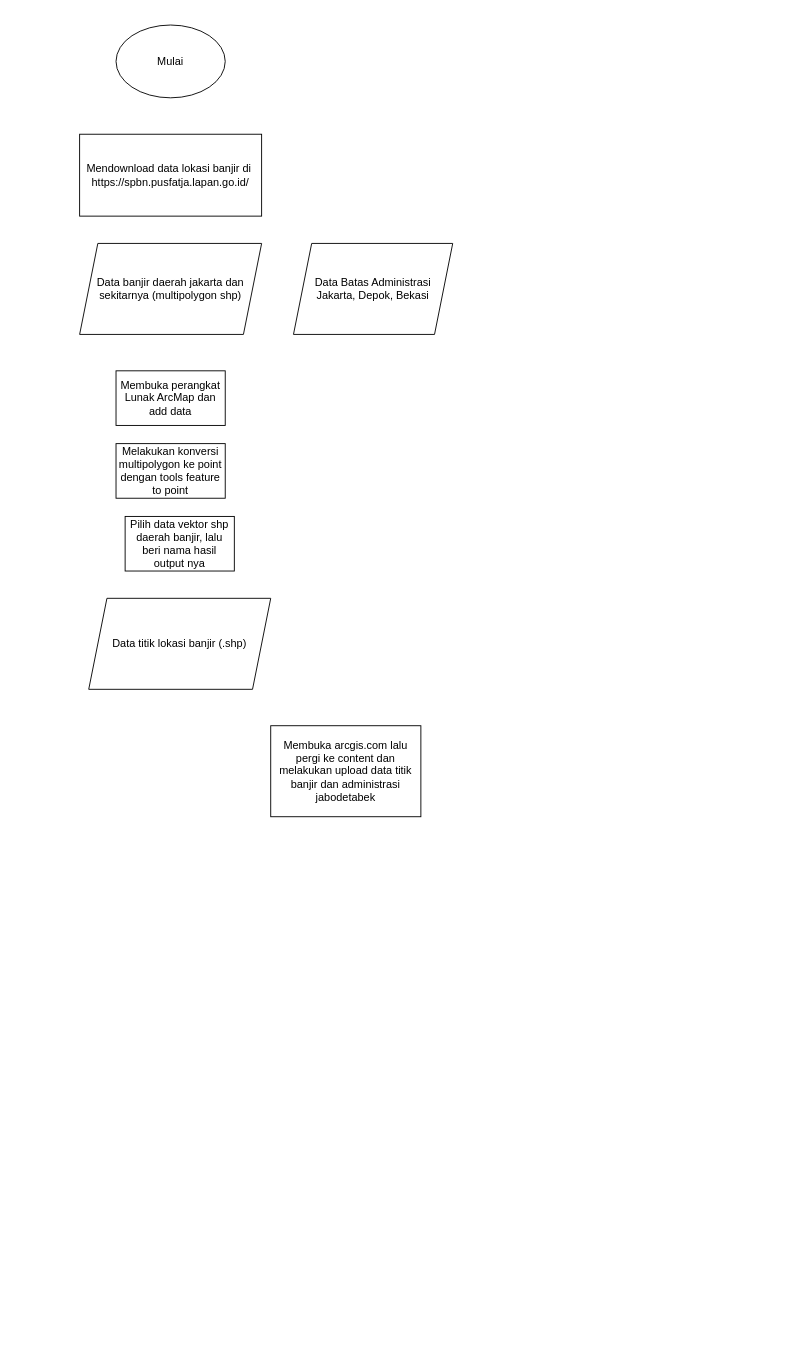
This is Untitled Diagram.drawio from dhanyyudi/filediagramalir, a draw.io file, before an edit. Source tidied: cells renumbered, new cells numbered last; positions are measured from the earlier drawing's top-left corner, leaving out a move shared by most shapes. Both pictures are drawn from the tidied source at 91%, with x=0, y=0 at pixel (79, 25).
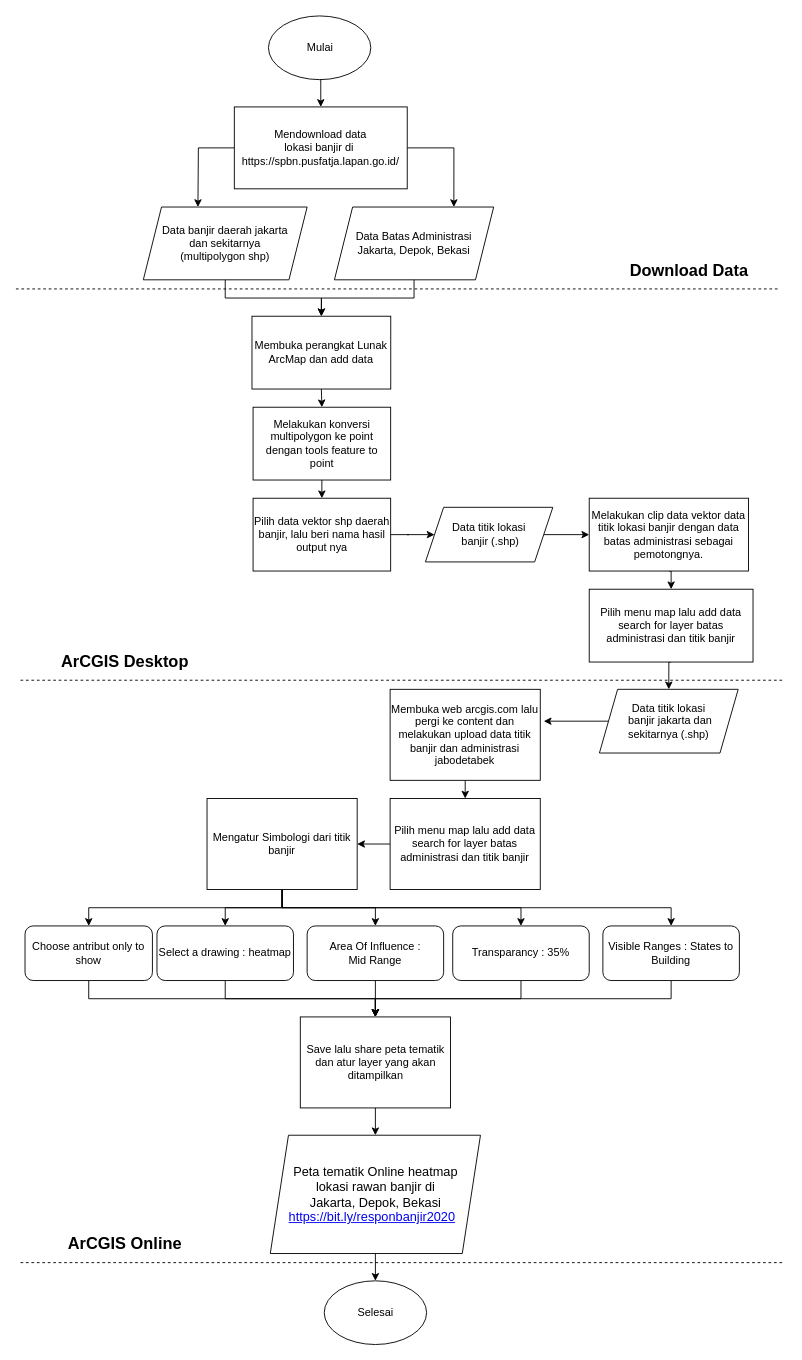
Above is the later version.

The edit, as a diff of the source:
```diff
@@
+    <mxCell id="11" style="edgeStyle=orthogonalEdgeStyle;rounded=0;jettySize=auto;html=1;exitX=1;exitY=0.5;exitDx=0;exitDy=0;entryX=0.75;entryY=0;entryDx=0;entryDy=0;" parent="1" edge="1" source="2" target="10">
+      <mxGeometry relative="1" as="geometry" />
+    </mxCell>
+    <mxCell id="12" style="edgeStyle=orthogonalEdgeStyle;rounded=0;jettySize=auto;html=1;exitX=0;exitY=0.5;exitDx=0;exitDy=0;" parent="1" edge="1" source="2">
+      <mxGeometry relative="1" as="geometry">
+        <mxPoint x="130" y="200" as="targetPoint" />
+      </mxGeometry>
+    </mxCell>
-    <mxCell id="2" value="Mendownload data lokasi banjir di&amp;nbsp;&lt;br&gt;https://spbn.pusfatja.lapan.go.id/" style="rounded=0;whiteSpace=wrap;html=1;" parent="1" vertex="1">
-      <mxGeometry y="120" width="200" height="90" as="geometry" />
+    <mxCell id="2" value="Mendownload data &lt;br&gt;lokasi banjir di&amp;nbsp;&lt;br&gt;https://spbn.pusfatja.lapan.go.id/" style="rounded=0;whiteSpace=wrap;html=1;" parent="1" vertex="1">
+      <mxGeometry x="170" y="90" width="190" height="90" as="geometry" />
     </mxCell>
+    <mxCell id="13" style="edgeStyle=orthogonalEdgeStyle;rounded=0;jettySize=auto;html=1;exitX=0.5;exitY=1;exitDx=0;exitDy=0;entryX=0.5;entryY=0;entryDx=0;entryDy=0;" parent="1" edge="1" source="3" target="2">
+      <mxGeometry relative="1" as="geometry" />
+    </mxCell>
     <mxCell id="3" value="Mulai" style="ellipse;whiteSpace=wrap;html=1;" parent="1" vertex="1">
-      <mxGeometry x="40" width="120" height="80" as="geometry" />
+      <mxGeometry x="207.5" y="-10" width="112.5" height="70" as="geometry" />
     </mxCell>
+    <mxCell id="14" style="edgeStyle=orthogonalEdgeStyle;rounded=0;jettySize=auto;html=1;exitX=0.5;exitY=1;exitDx=0;exitDy=0;entryX=0.5;entryY=0;entryDx=0;entryDy=0;" parent="1" edge="1" source="4" target="5">
+      <mxGeometry relative="1" as="geometry" />
+    </mxCell>
-    <mxCell id="4" value="Data banjir daerah jakarta dan sekitarnya (multipolygon shp)" style="shape=parallelogram;perimeter=parallelogramPerimeter;whiteSpace=wrap;html=1;fixedSize=1;" parent="1" vertex="1">
-      <mxGeometry y="240" width="200" height="100" as="geometry" />
+    <mxCell id="4" value="Data banjir daerah jakarta &lt;br&gt;dan sekitarnya &lt;br&gt;(multipolygon shp)" style="shape=parallelogram;perimeter=parallelogramPerimeter;whiteSpace=wrap;html=1;fixedSize=1;" parent="1" vertex="1">
+      <mxGeometry x="70" y="200" width="180" height="80" as="geometry" />
     </mxCell>
+    <mxCell id="15" style="edgeStyle=orthogonalEdgeStyle;rounded=0;jettySize=auto;html=1;exitX=0.5;exitY=1;exitDx=0;exitDy=0;entryX=0.5;entryY=0;entryDx=0;entryDy=0;" parent="1" edge="1" source="5" target="6">
+      <mxGeometry relative="1" as="geometry" />
+    </mxCell>
     <mxCell id="5" value="Membuka perangkat Lunak ArcMap dan add data" style="rounded=0;whiteSpace=wrap;html=1;" parent="1" vertex="1">
-      <mxGeometry x="40" y="380" width="120" height="60" as="geometry" />
+      <mxGeometry x="189.4" y="320" width="152.5" height="80" as="geometry" />
     </mxCell>
+    <mxCell id="16" style="edgeStyle=orthogonalEdgeStyle;rounded=0;jettySize=auto;html=1;exitX=0.5;exitY=1;exitDx=0;exitDy=0;entryX=0.5;entryY=0;entryDx=0;entryDy=0;" parent="1" edge="1" source="6" target="7">
+      <mxGeometry relative="1" as="geometry" />
+    </mxCell>
     <mxCell id="6" value="Melakukan konversi multipolygon ke point dengan tools feature to point" style="rounded=0;whiteSpace=wrap;html=1;" parent="1" vertex="1">
-      <mxGeometry x="40" y="460" width="120" height="60" as="geometry" />
+      <mxGeometry x="190.6" y="420" width="151.2" height="80" as="geometry" />
     </mxCell>
+    <mxCell id="17" style="edgeStyle=orthogonalEdgeStyle;rounded=0;jettySize=auto;html=1;exitX=1;exitY=0.5;exitDx=0;exitDy=0;" parent="1" edge="1" source="7" target="9">
+      <mxGeometry relative="1" as="geometry" />
+    </mxCell>
     <mxCell id="7" value="Pilih data vektor shp daerah banjir, lalu beri nama hasil output nya" style="rounded=0;whiteSpace=wrap;html=1;" parent="1" vertex="1">
-      <mxGeometry x="50" y="540" width="120" height="60" as="geometry" />
+      <mxGeometry x="190.6" y="520" width="151.2" height="80" as="geometry" />
     </mxCell>
+    <mxCell id="18" style="edgeStyle=orthogonalEdgeStyle;rounded=0;jettySize=auto;html=1;exitX=0.5;exitY=1;exitDx=0;exitDy=0;entryX=0.5;entryY=0;entryDx=0;entryDy=0;" parent="1" edge="1" source="8" target="26">
+      <mxGeometry relative="1" as="geometry" />
+    </mxCell>
-    <mxCell id="8" value="Membuka arcgis.com lalu pergi ke content dan melakukan upload data titik banjir dan administrasi jabodetabek" style="rounded=0;whiteSpace=wrap;html=1;" parent="1" vertex="1">
-      <mxGeometry x="210" y="770" width="165" height="100" as="geometry" />
+    <mxCell id="8" value="Membuka web arcgis.com lalu pergi ke content dan melakukan upload data titik banjir dan administrasi jabodetabek" style="rounded=0;whiteSpace=wrap;html=1;" parent="1" vertex="1">
+      <mxGeometry x="341.2" y="730" width="165" height="100" as="geometry" />
     </mxCell>
+    <mxCell id="19" style="edgeStyle=orthogonalEdgeStyle;rounded=0;jettySize=auto;html=1;exitX=1;exitY=0.5;exitDx=0;exitDy=0;entryX=0;entryY=0.5;entryDx=0;entryDy=0;" parent="1" edge="1" source="9" target="22">
+      <mxGeometry relative="1" as="geometry" />
+    </mxCell>
-    <mxCell id="9" value="Data titik lokasi banjir (.shp)" style="shape=parallelogram;perimeter=parallelogramPerimeter;whiteSpace=wrap;html=1;fixedSize=1;" parent="1" vertex="1">
-      <mxGeometry x="10" y="630" width="200" height="100" as="geometry" />
+    <mxCell id="9" value="Data titik lokasi&lt;br&gt;&amp;nbsp;banjir (.shp)" style="shape=parallelogram;perimeter=parallelogramPerimeter;whiteSpace=wrap;html=1;fixedSize=1;" parent="1" vertex="1">
+      <mxGeometry x="380" y="530" width="140" height="60" as="geometry" />
     </mxCell>
+    <mxCell id="20" style="edgeStyle=orthogonalEdgeStyle;rounded=0;jettySize=auto;html=1;exitX=0.5;exitY=1;exitDx=0;exitDy=0;entryX=0.5;entryY=0;entryDx=0;entryDy=0;" parent="1" edge="1" source="10" target="5">
+      <mxGeometry relative="1" as="geometry" />
+    </mxCell>
     <mxCell id="10" value="Data Batas Administrasi Jakarta, Depok, Bekasi" style="shape=parallelogram;perimeter=parallelogramPerimeter;whiteSpace=wrap;html=1;fixedSize=1;" parent="1" vertex="1">
-      <mxGeometry x="235" y="240" width="175" height="100" as="geometry" />
+      <mxGeometry x="280" y="200" width="175" height="80" as="geometry" />
     </mxCell>
+    <mxCell id="21" style="edgeStyle=orthogonalEdgeStyle;rounded=0;jettySize=auto;html=1;exitX=0.5;exitY=1;exitDx=0;exitDy=0;entryX=0.5;entryY=0;entryDx=0;entryDy=0;" parent="1" edge="1" source="22" target="28">
+      <mxGeometry relative="1" as="geometry" />
+    </mxCell>
+    <mxCell id="22" value="Melakukan clip data vektor data titik lokasi banjir dengan data batas administrasi sebagai pemotongnya." style="rounded=0;whiteSpace=wrap;html=1;" parent="1" vertex="1">
+      <mxGeometry x="560" y="520" width="175" height="80" as="geometry" />
+    </mxCell>
+    <mxCell id="23" style="edgeStyle=orthogonalEdgeStyle;rounded=0;jettySize=auto;html=1;exitX=0;exitY=0.5;exitDx=0;exitDy=0;" parent="1" edge="1" source="24">
+      <mxGeometry relative="1" as="geometry">
+        <mxPoint x="510" y="765" as="targetPoint" />
+      </mxGeometry>
+    </mxCell>
+    <mxCell id="24" value="Data titik lokasi&lt;br&gt;&amp;nbsp;banjir jakarta dan &lt;br&gt;sekitarnya (.shp)" style="shape=parallelogram;perimeter=parallelogramPerimeter;whiteSpace=wrap;html=1;fixedSize=1;" parent="1" vertex="1">
+      <mxGeometry x="571.2" y="730" width="152.5" height="70" as="geometry" />
+    </mxCell>
+    <mxCell id="25" style="edgeStyle=orthogonalEdgeStyle;rounded=0;jettySize=auto;html=1;exitX=0;exitY=0.5;exitDx=0;exitDy=0;entryX=1;entryY=0.5;entryDx=0;entryDy=0;" parent="1" edge="1" source="26" target="38">
+      <mxGeometry relative="1" as="geometry" />
+    </mxCell>
+    <mxCell id="26" value="Pilih menu map lalu add data search for layer batas administrasi dan titik banjir" style="rounded=0;whiteSpace=wrap;html=1;" parent="1" vertex="1">
+      <mxGeometry x="341.2" y="850" width="165" height="100" as="geometry" />
+    </mxCell>
+    <mxCell id="27" style="edgeStyle=orthogonalEdgeStyle;rounded=0;jettySize=auto;html=1;exitX=0.5;exitY=1;exitDx=0;exitDy=0;entryX=0.5;entryY=0;entryDx=0;entryDy=0;" parent="1" edge="1" source="28" target="24">
+      <mxGeometry relative="1" as="geometry" />
+    </mxCell>
+    <mxCell id="28" value="Pilih menu map lalu add data search for layer batas administrasi dan titik banjir" style="rounded=0;whiteSpace=wrap;html=1;" parent="1" vertex="1">
+      <mxGeometry x="560" y="620" width="180" height="80" as="geometry" />
+    </mxCell>
+    <mxCell id="29" style="endArrow=none;dashed=1;html=1;" parent="1" edge="1">
+      <mxGeometry relative="1" as="geometry">
+        <mxPoint x="-65" y="720" as="sourcePoint" />
+        <mxPoint x="775" y="720" as="targetPoint" />
+      </mxGeometry>
+    </mxCell>
+    <mxCell id="30" value="&lt;h2&gt;ArCGIS Desktop&lt;/h2&gt;" style="text;html=1;strokeColor=none;fillColor=none;align=center;verticalAlign=middle;whiteSpace=wrap;rounded=0;" parent="1" vertex="1">
+      <mxGeometry x="-30" y="690" width="160" height="20" as="geometry" />
+    </mxCell>
+    <mxCell id="31" style="endArrow=none;dashed=1;html=1;" parent="1" edge="1">
+      <mxGeometry relative="1" as="geometry">
+        <mxPoint x="-70" y="290" as="sourcePoint" />
+        <mxPoint x="770" y="290" as="targetPoint" />
+      </mxGeometry>
+    </mxCell>
+    <mxCell id="32" value="&lt;h2&gt;Download Data&lt;/h2&gt;" style="text;html=1;strokeColor=none;fillColor=none;align=center;verticalAlign=middle;whiteSpace=wrap;rounded=0;" parent="1" vertex="1">
+      <mxGeometry x="590" y="260" width="160" height="20" as="geometry" />
+    </mxCell>
+    <mxCell id="33" style="edgeStyle=orthogonalEdgeStyle;rounded=0;jettySize=auto;html=1;exitX=0.5;exitY=1;exitDx=0;exitDy=0;entryX=0.5;entryY=0;entryDx=0;entryDy=0;" parent="1" edge="1" source="38" target="40">
+      <mxGeometry relative="1" as="geometry">
+        <Array as="points">
+          <mxPoint x="223" y="970" />
+          <mxPoint x="10" y="970" />
+        </Array>
+      </mxGeometry>
+    </mxCell>
+    <mxCell id="34" style="edgeStyle=orthogonalEdgeStyle;rounded=0;jettySize=auto;html=1;exitX=0.5;exitY=1;exitDx=0;exitDy=0;" parent="1" edge="1" source="38" target="42">
+      <mxGeometry relative="1" as="geometry" />
+    </mxCell>
+    <mxCell id="35" style="edgeStyle=orthogonalEdgeStyle;rounded=0;jettySize=auto;html=1;exitX=0.5;exitY=1;exitDx=0;exitDy=0;entryX=0.5;entryY=0;entryDx=0;entryDy=0;" parent="1" edge="1" source="38" target="44">
+      <mxGeometry relative="1" as="geometry" />
+    </mxCell>
+    <mxCell id="36" style="edgeStyle=orthogonalEdgeStyle;rounded=0;jettySize=auto;html=1;exitX=0.5;exitY=1;exitDx=0;exitDy=0;entryX=0.5;entryY=0;entryDx=0;entryDy=0;" parent="1" edge="1" source="38" target="46">
+      <mxGeometry relative="1" as="geometry">
+        <Array as="points">
+          <mxPoint x="223" y="970" />
+          <mxPoint x="485" y="970" />
+        </Array>
+      </mxGeometry>
+    </mxCell>
+    <mxCell id="37" style="edgeStyle=orthogonalEdgeStyle;rounded=0;jettySize=auto;html=1;exitX=0.5;exitY=1;exitDx=0;exitDy=0;" parent="1" edge="1" source="38" target="48">
+      <mxGeometry relative="1" as="geometry">
+        <Array as="points">
+          <mxPoint x="223" y="970" />
+          <mxPoint x="650" y="970" />
+        </Array>
+      </mxGeometry>
+    </mxCell>
+    <mxCell id="38" value="Mengatur Simbologi dari titik banjir" style="rounded=0;whiteSpace=wrap;html=1;" parent="1" vertex="1">
+      <mxGeometry x="140" y="850" width="165" height="100" as="geometry" />
+    </mxCell>
+    <mxCell id="39" style="edgeStyle=orthogonalEdgeStyle;rounded=0;jettySize=auto;html=1;exitX=0.5;exitY=1;exitDx=0;exitDy=0;" parent="1" edge="1" source="40" target="50">
+      <mxGeometry relative="1" as="geometry" />
+    </mxCell>
+    <mxCell id="40" value="Choose antribut only to show" style="rounded=1;whiteSpace=wrap;html=1;" parent="1" vertex="1">
+      <mxGeometry x="-60" y="990" width="140" height="60" as="geometry" />
+    </mxCell>
+    <mxCell id="41" style="edgeStyle=orthogonalEdgeStyle;rounded=0;jettySize=auto;html=1;exitX=0.5;exitY=1;exitDx=0;exitDy=0;entryX=0.5;entryY=0;entryDx=0;entryDy=0;" parent="1" edge="1" source="42" target="50">
+      <mxGeometry relative="1" as="geometry" />
+    </mxCell>
+    <mxCell id="42" value="Select a drawing : heatmap" style="rounded=1;whiteSpace=wrap;html=1;" parent="1" vertex="1">
+      <mxGeometry x="85" y="990" width="150" height="60" as="geometry" />
+    </mxCell>
+    <mxCell id="43" style="edgeStyle=orthogonalEdgeStyle;rounded=0;jettySize=auto;html=1;exitX=0.5;exitY=1;exitDx=0;exitDy=0;" parent="1" edge="1" source="44" target="50">
+      <mxGeometry relative="1" as="geometry" />
+    </mxCell>
+    <mxCell id="44" value="Area Of Influence : &lt;br&gt;Mid Range" style="rounded=1;whiteSpace=wrap;html=1;" parent="1" vertex="1">
+      <mxGeometry x="250" y="990" width="150" height="60" as="geometry" />
+    </mxCell>
+    <mxCell id="45" style="edgeStyle=orthogonalEdgeStyle;rounded=0;jettySize=auto;html=1;exitX=0.5;exitY=1;exitDx=0;exitDy=0;entryX=0.5;entryY=0;entryDx=0;entryDy=0;" parent="1" edge="1" source="46" target="50">
+      <mxGeometry relative="1" as="geometry" />
+    </mxCell>
+    <mxCell id="46" value="Transparancy : 35%" style="rounded=1;whiteSpace=wrap;html=1;" parent="1" vertex="1">
+      <mxGeometry x="410" y="990" width="150" height="60" as="geometry" />
+    </mxCell>
+    <mxCell id="47" style="edgeStyle=orthogonalEdgeStyle;rounded=0;jettySize=auto;html=1;exitX=0.5;exitY=1;exitDx=0;exitDy=0;entryX=0.5;entryY=0;entryDx=0;entryDy=0;" parent="1" edge="1" source="48" target="50">
+      <mxGeometry relative="1" as="geometry" />
+    </mxCell>
+    <mxCell id="48" value="Visible Ranges : States to Building" style="rounded=1;whiteSpace=wrap;html=1;" parent="1" vertex="1">
+      <mxGeometry x="575" y="990" width="150" height="60" as="geometry" />
+    </mxCell>
+    <mxCell id="49" style="edgeStyle=orthogonalEdgeStyle;rounded=0;jettySize=auto;html=1;exitX=0.5;exitY=1;exitDx=0;exitDy=0;entryX=0.5;entryY=0;entryDx=0;entryDy=0;" parent="1" edge="1" source="50" target="52">
+      <mxGeometry relative="1" as="geometry" />
+    </mxCell>
+    <mxCell id="50" value="Save lalu share peta tematik dan atur layer yang akan ditampilkan" style="rounded=0;whiteSpace=wrap;html=1;" parent="1" vertex="1">
+      <mxGeometry x="242.5" y="1090" width="165" height="100" as="geometry" />
+    </mxCell>
+    <mxCell id="51" style="edgeStyle=orthogonalEdgeStyle;rounded=0;jettySize=auto;html=1;exitX=0.5;exitY=1;exitDx=0;exitDy=0;entryX=0.5;entryY=0;entryDx=0;entryDy=0;" parent="1" edge="1" source="52" target="53">
+      <mxGeometry relative="1" as="geometry" />
+    </mxCell>
+    <mxCell id="52" value="&lt;font style=&quot;font-size: 14px&quot;&gt;Peta tematik Online heatmap &lt;br&gt;lokasi rawan banjir di &lt;br&gt;Jakarta, Depok, Bekasi&lt;br&gt;&lt;span lang=&quot;EN-US&quot; style=&quot;line-height: 110% ; font-family: &amp;#34;constantia&amp;#34; , serif&quot;&gt;&lt;a href=&quot;https://bit.ly/responbanjir2020&quot;&gt;&lt;span style=&quot;line-height: 110% ; font-family: &amp;#34;calibri&amp;#34; , sans-serif&quot;&gt;https://bit.ly/responbanjir2020&lt;/span&gt;&lt;/a&gt;&lt;/span&gt;&lt;span lang=&quot;EN-US&quot; style=&quot;line-height: 110% ; font-family: &amp;#34;calibri&amp;#34; , sans-serif&quot;&gt;&lt;/span&gt;&amp;nbsp;&amp;nbsp;&lt;/font&gt;" style="shape=parallelogram;perimeter=parallelogramPerimeter;whiteSpace=wrap;html=1;fixedSize=1;" parent="1" vertex="1">
+      <mxGeometry x="209.5" y="1220" width="231" height="130" as="geometry" />
+    </mxCell>
+    <mxCell id="53" value="Selesai" style="ellipse;whiteSpace=wrap;html=1;" parent="1" vertex="1">
+      <mxGeometry x="268.8" y="1380" width="112.5" height="70" as="geometry" />
+    </mxCell>
+    <mxCell id="54" style="endArrow=none;dashed=1;html=1;" parent="1" edge="1">
+      <mxGeometry relative="1" as="geometry">
+        <mxPoint x="-65" y="1360" as="sourcePoint" />
+        <mxPoint x="775" y="1360" as="targetPoint" />
+      </mxGeometry>
+    </mxCell>
+    <mxCell id="55" value="&lt;h2&gt;ArCGIS Online&lt;/h2&gt;" style="text;html=1;strokeColor=none;fillColor=none;align=center;verticalAlign=middle;whiteSpace=wrap;rounded=0;" parent="1" vertex="1">
+      <mxGeometry x="-30" y="1330" width="160" height="20" as="geometry" />
+    </mxCell>
```
